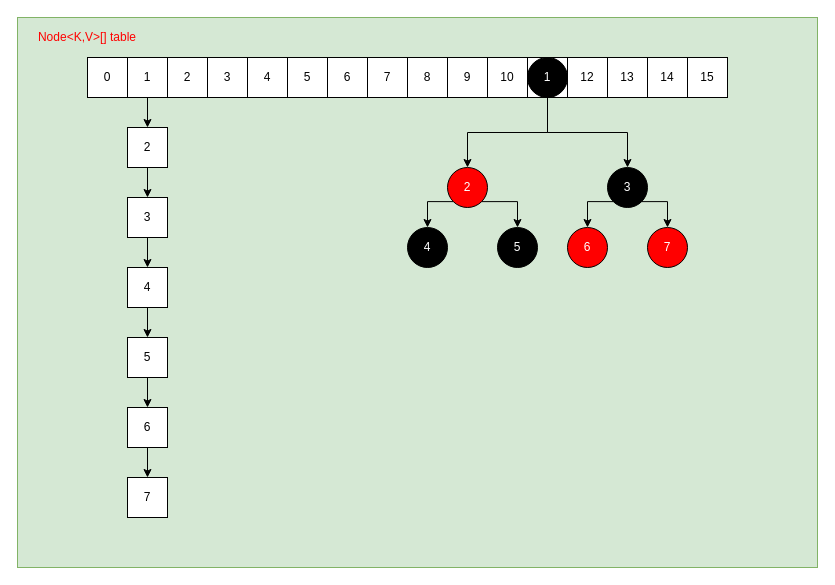
This is HashMap.drawio from chaozhouzhang/learning-summary, a draw.io file, before an edit. Source tidied: cells renumbered, new cells numbered last; positions are measured from the earlier drawing's top-left corner, leaving out a move shared by most shapes. Both pictures are drawn from the tidied source at 100%, with x=0, y=0 at pixel (17, 17).
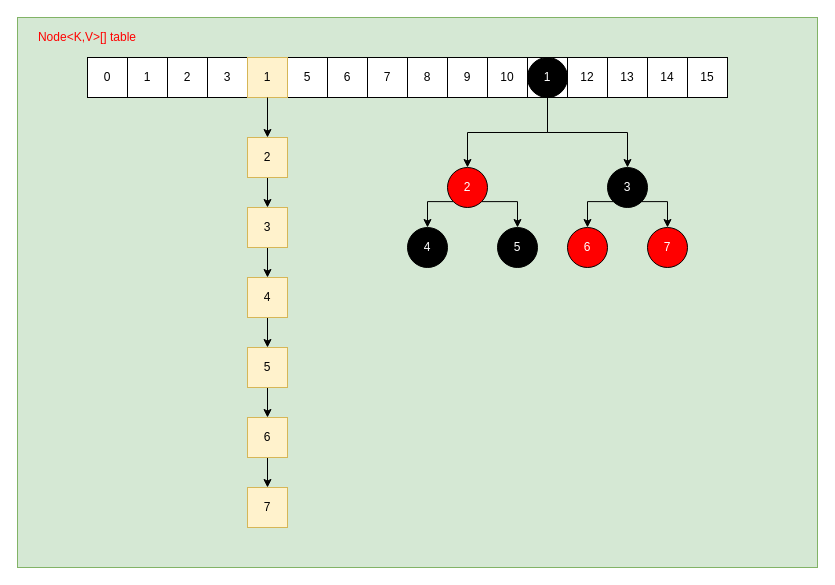
The same page after the edit.

Unchanged cells that the change refers to:
```xml
<mxCell id="5" value="1" style="whiteSpace=wrap;html=1;" parent="3" vertex="1">
  <mxGeometry x="40" width="40" height="40" as="geometry" />
</mxCell>
```

The edit, as a diff of the source:
```diff
@@
-    <mxCell id="3" style="group;" parent="1" vertex="1">
+    <mxCell id="3" style="group;fillColor=#fff2cc;strokeColor=#d6b656;" parent="1" vertex="1">
       <mxGeometry x="70" y="40" width="640" height="40" as="geometry" />
     </mxCell>
@@
-    <mxCell id="12" value="4" style="whiteSpace=wrap;html=1;" parent="3" vertex="1">
+    <mxCell id="12" value="1" style="whiteSpace=wrap;html=1;fillColor=#fff2cc;strokeColor=#d6b656;" parent="3" vertex="1">
       <mxGeometry x="160" width="40" height="40" as="geometry" />
     </mxCell>
@@
-    <mxCell id="23" value="2" style="whiteSpace=wrap;html=1;" parent="1" vertex="1">
-      <mxGeometry x="110" y="110" width="40" height="40" as="geometry" />
+    <mxCell id="23" value="2" style="whiteSpace=wrap;html=1;fillColor=#fff2cc;strokeColor=#d6b656;" parent="1" vertex="1">
+      <mxGeometry x="230" y="120" width="40" height="40" as="geometry" />
     </mxCell>
-    <mxCell id="24" style="edgeStyle=orthogonalEdgeStyle;rounded=0;jettySize=auto;html=1;exitX=0.5;exitY=1;exitDx=0;exitDy=0;entryX=0.5;entryY=0;entryDx=0;entryDy=0;fontColor=#FF0000;" parent="1" edge="1" source="5" target="23">
-      <mxGeometry relative="1" as="geometry" />
-    </mxCell>
@@
-    <mxCell id="26" value="3" style="whiteSpace=wrap;html=1;" parent="1" vertex="1">
-      <mxGeometry x="110" y="180" width="40" height="40" as="geometry" />
+    <mxCell id="26" value="3" style="whiteSpace=wrap;html=1;fillColor=#fff2cc;strokeColor=#d6b656;" parent="1" vertex="1">
+      <mxGeometry x="230" y="190" width="40" height="40" as="geometry" />
     </mxCell>
@@
-    <mxCell id="28" value="4" style="whiteSpace=wrap;html=1;" parent="1" vertex="1">
-      <mxGeometry x="110" y="250" width="40" height="40" as="geometry" />
+    <mxCell id="28" value="4" style="whiteSpace=wrap;html=1;fillColor=#fff2cc;strokeColor=#d6b656;" parent="1" vertex="1">
+      <mxGeometry x="230" y="260" width="40" height="40" as="geometry" />
     </mxCell>
@@
-    <mxCell id="30" value="5" style="whiteSpace=wrap;html=1;" parent="1" vertex="1">
-      <mxGeometry x="110" y="320" width="40" height="40" as="geometry" />
+    <mxCell id="30" value="5" style="whiteSpace=wrap;html=1;fillColor=#fff2cc;strokeColor=#d6b656;" parent="1" vertex="1">
+      <mxGeometry x="230" y="330" width="40" height="40" as="geometry" />
     </mxCell>
@@
-    <mxCell id="32" value="6" style="whiteSpace=wrap;html=1;" parent="1" vertex="1">
-      <mxGeometry x="110" y="390" width="40" height="40" as="geometry" />
+    <mxCell id="32" value="6" style="whiteSpace=wrap;html=1;fillColor=#fff2cc;strokeColor=#d6b656;" parent="1" vertex="1">
+      <mxGeometry x="230" y="400" width="40" height="40" as="geometry" />
     </mxCell>
-    <mxCell id="33" value="7" style="whiteSpace=wrap;html=1;" parent="1" vertex="1">
-      <mxGeometry x="110" y="460" width="40" height="40" as="geometry" />
+    <mxCell id="33" value="7" style="whiteSpace=wrap;html=1;fillColor=#fff2cc;strokeColor=#d6b656;" parent="1" vertex="1">
+      <mxGeometry x="230" y="470" width="40" height="40" as="geometry" />
     </mxCell>
@@
+    <mxCell id="46" style="edgeStyle=orthogonalEdgeStyle;rounded=0;jettySize=auto;html=1;exitX=0.5;exitY=1;exitDx=0;exitDy=0;entryX=0.5;entryY=0;entryDx=0;entryDy=0;fontColor=#FFFFFF;" parent="1" edge="1" source="12" target="23">
+      <mxGeometry relative="1" as="geometry" />
+    </mxCell>
```
